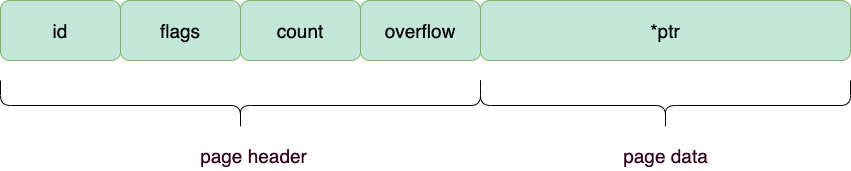
hfdpx/fictional-sniffle keeps this draw.io diagram as uPic/Untitled Diagram.drawio.png. Above is the earlier version. Source tidied: cells renumbered, new cells last; positions are measured from the earlier drawing's top-left corner, leaving out a move shared by most shapes. Its diagram source:
```xml
<mxGraphModel>
  <root>
    <mxCell id="0" />
    <mxCell id="1" parent="0" />
    <mxCell id="2" value="count" style="rounded=1;whiteSpace=wrap;html=1;strokeColor=#82b366;fillColor=#C2E7D9;fontFamily=Helvetica;fontSize=19;" parent="1" vertex="1">
      <mxGeometry x="240" width="120" height="60" as="geometry" />
    </mxCell>
    <mxCell id="3" value="flags" style="rounded=1;whiteSpace=wrap;html=1;strokeColor=#82b366;fillColor=#C2E7D9;fontFamily=Helvetica;fontSize=19;" parent="1" vertex="1">
      <mxGeometry x="120" width="120" height="60" as="geometry" />
    </mxCell>
    <mxCell id="4" value="overflow" style="rounded=1;whiteSpace=wrap;html=1;strokeColor=#82b366;fillColor=#C2E7D9;fontFamily=Helvetica;fontSize=19;" parent="1" vertex="1">
      <mxGeometry x="360" width="120" height="60" as="geometry" />
    </mxCell>
    <mxCell id="5" value="*ptr" style="rounded=1;whiteSpace=wrap;html=1;strokeColor=#82b366;fillColor=#C2E7D9;fontFamily=Helvetica;fontSize=19;" parent="1" vertex="1">
      <mxGeometry x="480" width="370" height="60" as="geometry" />
    </mxCell>
    <mxCell id="6" value="id" style="rounded=1;whiteSpace=wrap;html=1;strokeColor=#82b366;fillColor=#C2E7D9;fontFamily=Helvetica;fontSize=19;" parent="1" vertex="1">
      <mxGeometry width="120" height="60" as="geometry" />
    </mxCell>
    <mxCell id="7" style="shape=curlyBracket;whiteSpace=wrap;html=1;rounded=1;fontFamily=Helvetica;fontSize=19;fontColor=#FFFFFF;fillColor=#C2E7D9;direction=north;" parent="1" vertex="1">
      <mxGeometry x="480" y="80" width="370" height="50" as="geometry" />
    </mxCell>
    <mxCell id="8" value="page data" style="text;html=1;align=center;verticalAlign=middle;strokeColor=none;fillColor=none;fontSize=19;fontFamily=Helvetica;fontColor=#33001A;" parent="1" vertex="1">
      <mxGeometry x="615" y="140" width="100" height="30" as="geometry" />
    </mxCell>
    <mxCell id="9" style="shape=curlyBracket;whiteSpace=wrap;html=1;rounded=1;fontFamily=Helvetica;fontSize=19;fontColor=#FFFFFF;fillColor=#C2E7D9;direction=north;" parent="1" vertex="1">
      <mxGeometry y="80" width="480" height="50" as="geometry" />
    </mxCell>
    <mxCell id="10" value="page header" style="text;html=1;align=center;verticalAlign=middle;strokeColor=none;fillColor=none;fontSize=19;fontFamily=Helvetica;fontColor=#33001A;" parent="1" vertex="1">
      <mxGeometry x="193" y="140" width="120" height="30" as="geometry" />
    </mxCell>
  </root>
</mxGraphModel>
```
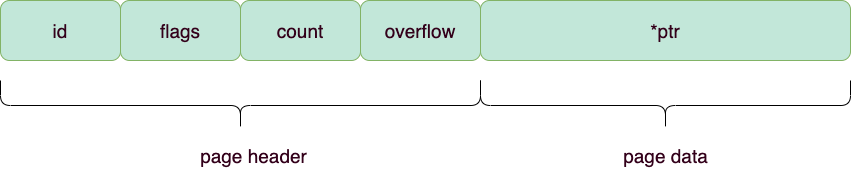
Above is the later version.

Diff of the diagram source:
```diff
@@ -2,28 +2,28 @@
   <root>
     <mxCell id="0" />
     <mxCell id="1" parent="0" />
-    <mxCell id="2" value="count" style="rounded=1;whiteSpace=wrap;html=1;strokeColor=#82b366;fillColor=#C2E7D9;fontFamily=Helvetica;fontSize=19;" parent="1" vertex="1">
+    <mxCell id="2" value="count" style="rounded=1;whiteSpace=wrap;html=1;strokeColor=#82b366;fillColor=#C2E7D9;fontFamily=Helvetica;fontSize=19;fontColor=#33001A;" parent="1" vertex="1">
       <mxGeometry x="240" width="120" height="60" as="geometry" />
     </mxCell>
-    <mxCell id="3" value="flags" style="rounded=1;whiteSpace=wrap;html=1;strokeColor=#82b366;fillColor=#C2E7D9;fontFamily=Helvetica;fontSize=19;" parent="1" vertex="1">
+    <mxCell id="3" value="flags" style="rounded=1;whiteSpace=wrap;html=1;strokeColor=#82b366;fillColor=#C2E7D9;fontFamily=Helvetica;fontSize=19;fontColor=#33001A;" parent="1" vertex="1">
       <mxGeometry x="120" width="120" height="60" as="geometry" />
     </mxCell>
-    <mxCell id="4" value="overflow" style="rounded=1;whiteSpace=wrap;html=1;strokeColor=#82b366;fillColor=#C2E7D9;fontFamily=Helvetica;fontSize=19;" parent="1" vertex="1">
+    <mxCell id="4" value="overflow" style="rounded=1;whiteSpace=wrap;html=1;strokeColor=#82b366;fillColor=#C2E7D9;fontFamily=Helvetica;fontSize=19;fontColor=#33001A;" parent="1" vertex="1">
       <mxGeometry x="360" width="120" height="60" as="geometry" />
     </mxCell>
-    <mxCell id="5" value="*ptr" style="rounded=1;whiteSpace=wrap;html=1;strokeColor=#82b366;fillColor=#C2E7D9;fontFamily=Helvetica;fontSize=19;" parent="1" vertex="1">
+    <mxCell id="5" value="*ptr" style="rounded=1;whiteSpace=wrap;html=1;strokeColor=#82b366;fillColor=#C2E7D9;fontFamily=Helvetica;fontSize=19;fontColor=#33001A;" parent="1" vertex="1">
       <mxGeometry x="480" width="370" height="60" as="geometry" />
     </mxCell>
-    <mxCell id="6" value="id" style="rounded=1;whiteSpace=wrap;html=1;strokeColor=#82b366;fillColor=#C2E7D9;fontFamily=Helvetica;fontSize=19;" parent="1" vertex="1">
+    <mxCell id="6" value="id" style="rounded=1;whiteSpace=wrap;html=1;strokeColor=#82b366;fillColor=#C2E7D9;fontFamily=Helvetica;fontSize=19;fontColor=#33001A;" parent="1" vertex="1">
       <mxGeometry width="120" height="60" as="geometry" />
     </mxCell>
-    <mxCell id="7" style="shape=curlyBracket;whiteSpace=wrap;html=1;rounded=1;fontFamily=Helvetica;fontSize=19;fontColor=#FFFFFF;fillColor=#C2E7D9;direction=north;" parent="1" vertex="1">
+    <mxCell id="7" style="shape=curlyBracket;whiteSpace=wrap;html=1;rounded=1;fontFamily=Helvetica;fontSize=19;fillColor=#C2E7D9;direction=north;fontColor=#33001A;" parent="1" vertex="1">
       <mxGeometry x="480" y="80" width="370" height="50" as="geometry" />
     </mxCell>
     <mxCell id="8" value="page data" style="text;html=1;align=center;verticalAlign=middle;strokeColor=none;fillColor=none;fontSize=19;fontFamily=Helvetica;fontColor=#33001A;" parent="1" vertex="1">
       <mxGeometry x="615" y="140" width="100" height="30" as="geometry" />
     </mxCell>
-    <mxCell id="9" style="shape=curlyBracket;whiteSpace=wrap;html=1;rounded=1;fontFamily=Helvetica;fontSize=19;fontColor=#FFFFFF;fillColor=#C2E7D9;direction=north;" parent="1" vertex="1">
+    <mxCell id="9" style="shape=curlyBracket;whiteSpace=wrap;html=1;rounded=1;fontFamily=Helvetica;fontSize=19;fillColor=#C2E7D9;direction=north;fontColor=#33001A;" parent="1" vertex="1">
       <mxGeometry y="80" width="480" height="50" as="geometry" />
     </mxCell>
     <mxCell id="10" value="page header" style="text;html=1;align=center;verticalAlign=middle;strokeColor=none;fillColor=none;fontSize=19;fontFamily=Helvetica;fontColor=#33001A;" parent="1" vertex="1">
```
